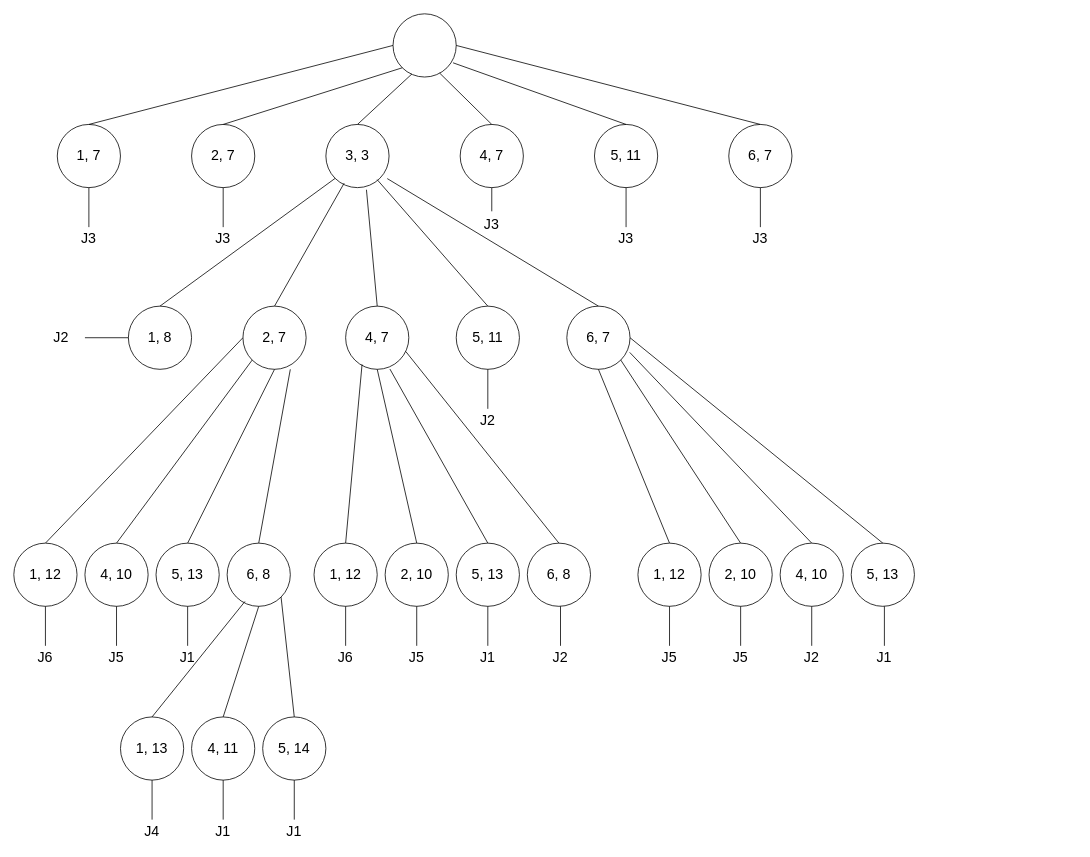
Earlier version of the draw.io diagram HW2/1.drawio (HirbodBehnam/Realtime-Assignments). Source tidied: cells renumbered, new cells numbered last; positions are measured from the earlier drawing's top-left corner, leaving out a move shared by most shapes. Both pictures are drawn from the tidied source at 79%, with x=0, y=0 at pixel (13, 13).
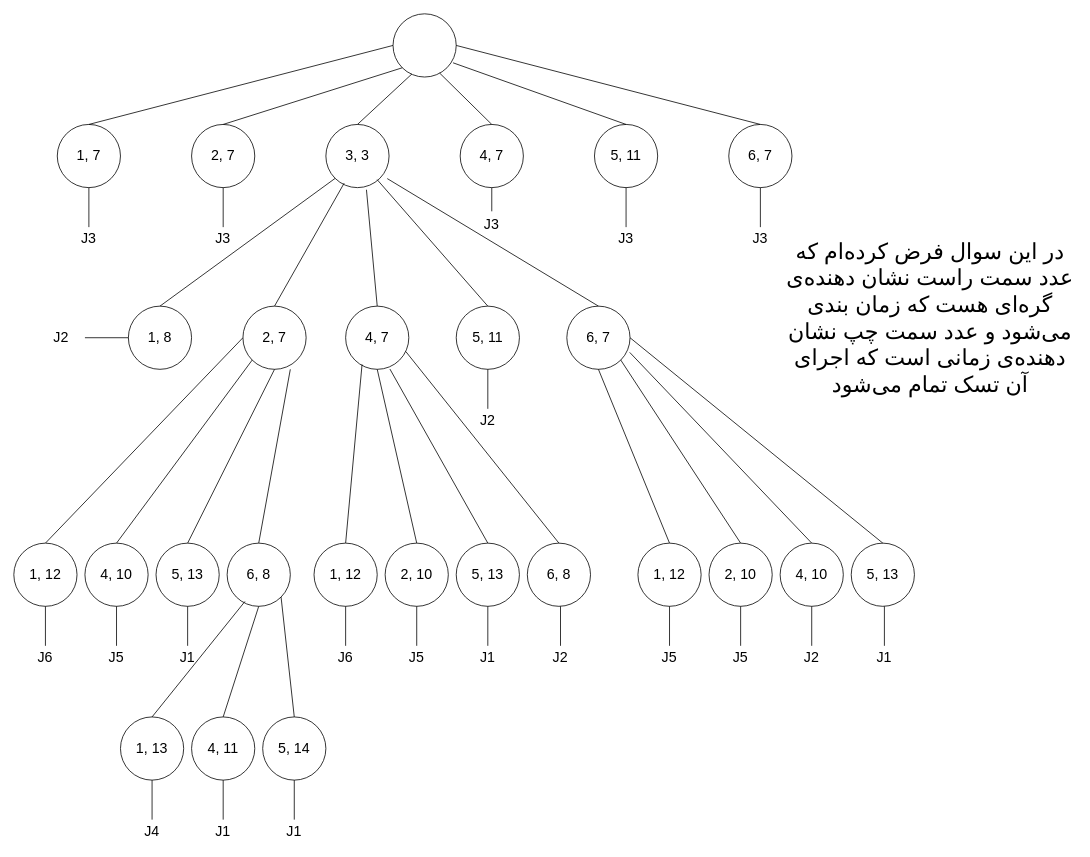
Above is the later version.

The edit, as a diff of the source:
```diff
@@
+    <mxCell id="97" value="در این سوال فرض کرده‌ام که عدد سمت راست نشان دهنده‌ی گره‌ای هست که زمان بندی می‌شود و عدد سمت چپ نشان دهنده‌ی زمانی است که اجرای آن تسک تمام می‌شود" style="text;html=1;strokeColor=none;fillColor=none;align=center;verticalAlign=middle;whiteSpace=wrap;rounded=0;fontFamily=B Yekan;fontSize=28;" parent="1" vertex="1">
+      <mxGeometry x="975" y="250" width="370" height="270" as="geometry" />
+    </mxCell>
```
